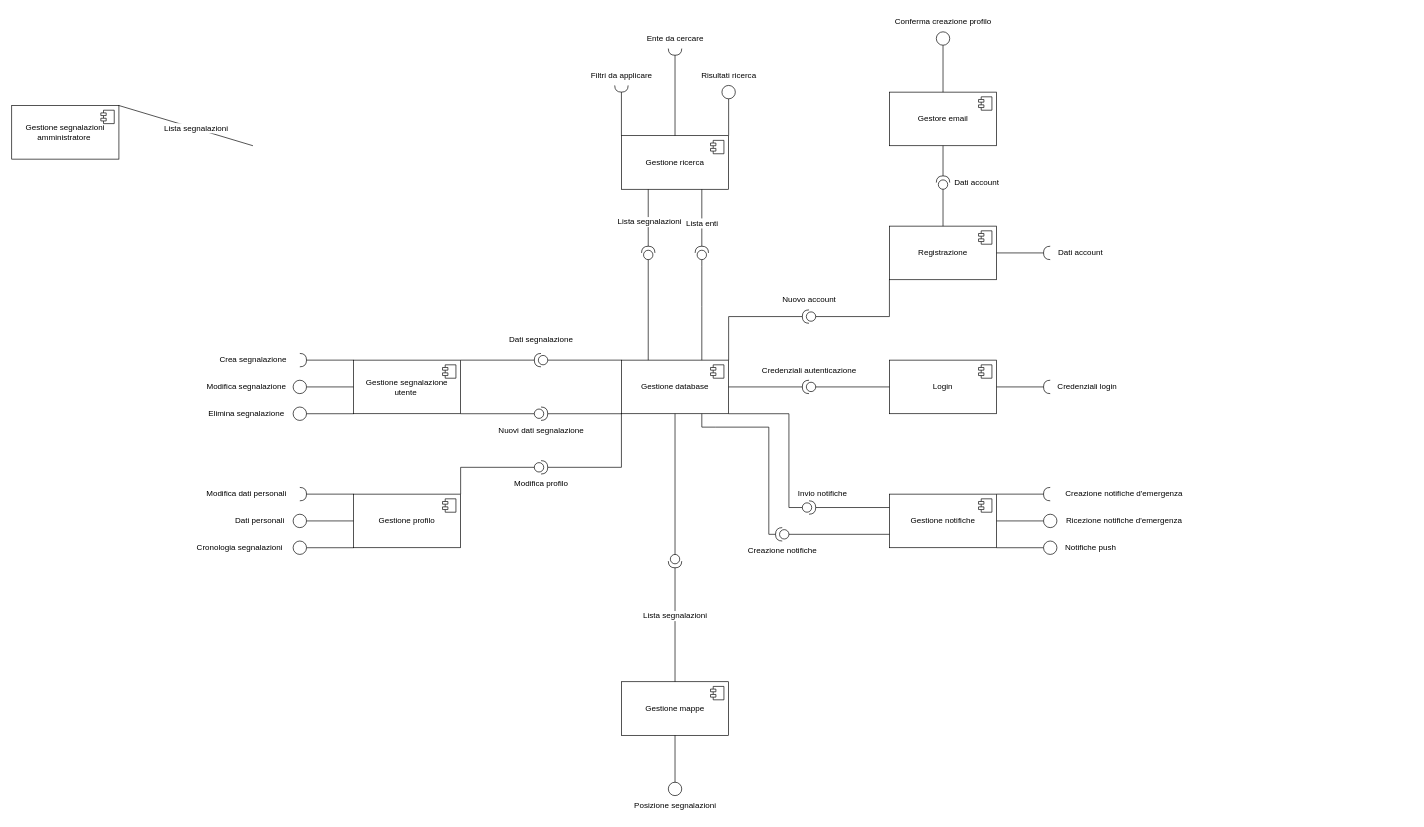
Above: page "Copia di Pagina-1" (2 of 2) of ComponentDiagram.drawio in LucaBarbolini/Prova1 (draw.io), before the change. Source tidied: cells renumbered, new cells numbered last; positions are measured from the earlier drawing's top-left corner, leaving out a move shared by most shapes. Both pictures are drawn from the tidied source at 67%, with x=0, y=0 at pixel (11, 11).
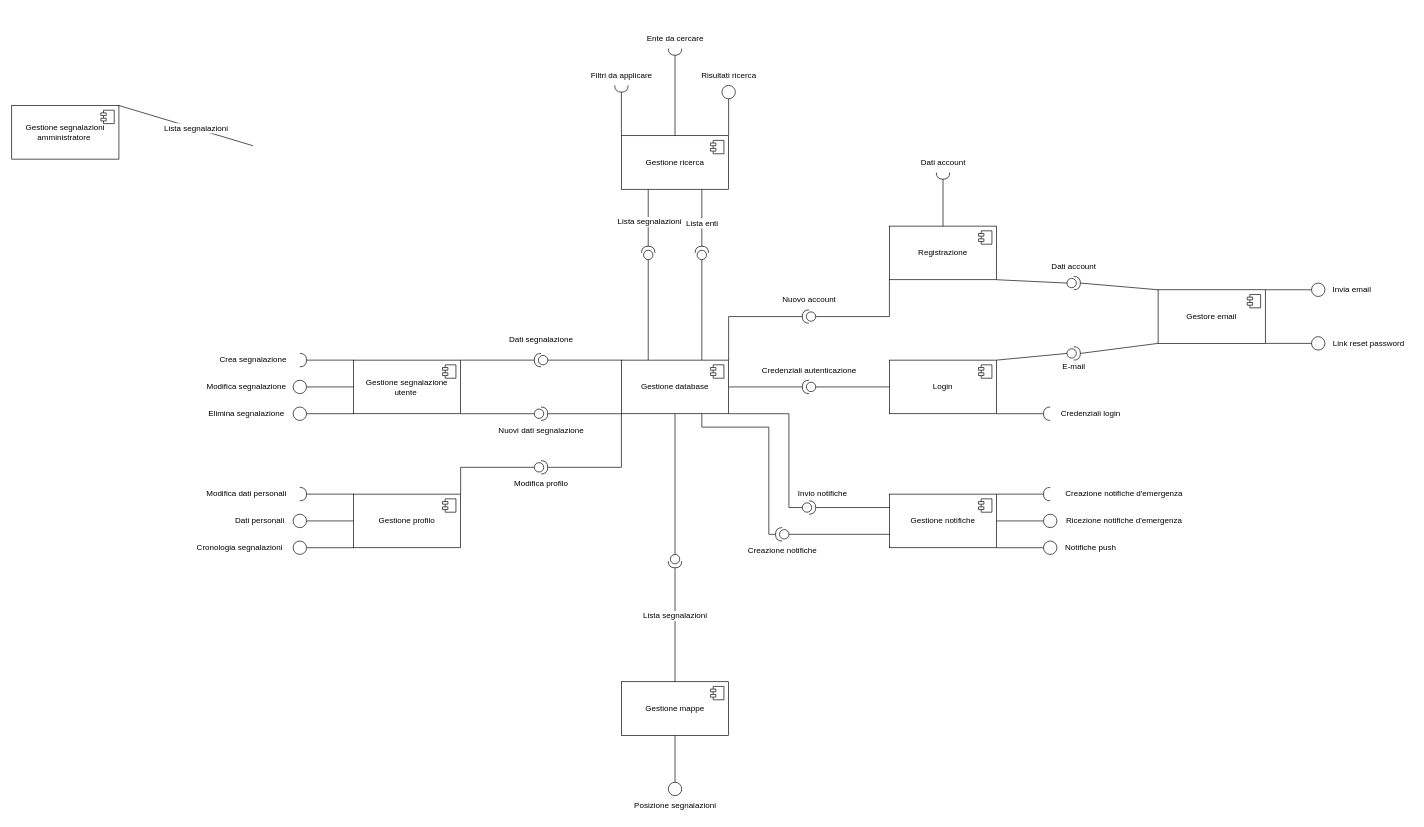
Above is the later version.

Unchanged cells that the change refers to:
```xml
<mxCell id="8" value="Registrazione" style="html=1;whiteSpace=wrap;fontFamily=Helvetica;" parent="1" vertex="1">
  <mxGeometry x="1310" y="320" width="160" height="80" as="geometry" />
</mxCell>
<mxCell id="10" value="Login" style="html=1;whiteSpace=wrap;" parent="1" vertex="1">
  <mxGeometry x="1310" y="520" width="160" height="80" as="geometry" />
</mxCell>
```

Change to the diagram source:
```diff
@@
     <mxCell id="6" value="Gestore email" style="html=1;whiteSpace=wrap;" parent="1" vertex="1">
-      <mxGeometry x="1310" y="120" width="160" height="80" as="geometry" />
+      <mxGeometry x="1711" y="415" width="160" height="80" as="geometry" />
     </mxCell>
@@
-    <mxCell id="19" style="shape=requiredInterface;html=1;verticalLabelPosition=bottom;sketch=0;direction=west;" parent="1" vertex="1">
-      <mxGeometry x="1540" y="350" width="10" height="20" as="geometry" />
+    <mxCell id="19" style="shape=requiredInterface;html=1;verticalLabelPosition=bottom;sketch=0;direction=south;" parent="1" vertex="1">
+      <mxGeometry x="1380" y="240" width="20" height="10" as="geometry" />
     </mxCell>
-    <mxCell id="20" style="endArrow=none;html=1;rounded=0;exitX=1;exitY=0.5;exitDx=0;exitDy=0;entryX=1;entryY=0.5;entryDx=0;entryDy=0;entryPerimeter=0;" parent="1" edge="1" source="8" target="19">
+    <mxCell id="20" style="endArrow=none;html=1;rounded=0;exitX=0.5;exitY=0;exitDx=0;exitDy=0;entryX=1;entryY=0.5;entryDx=0;entryDy=0;entryPerimeter=0;" parent="1" edge="1" source="8" target="19">
       <mxGeometry relative="1" as="geometry" />
     </mxCell>
     <mxCell id="21" style="shape=requiredInterface;html=1;verticalLabelPosition=bottom;sketch=0;direction=west;" parent="1" vertex="1">
-      <mxGeometry x="1540" y="550" width="10" height="20" as="geometry" />
+      <mxGeometry x="1540" y="590" width="10" height="20" as="geometry" />
     </mxCell>
-    <mxCell id="22" style="endArrow=none;html=1;rounded=0;entryX=1;entryY=0.5;entryDx=0;entryDy=0;entryPerimeter=0;exitX=1;exitY=0.5;exitDx=0;exitDy=0;" parent="1" edge="1" source="10" target="21">
+    <mxCell id="22" style="endArrow=none;html=1;rounded=0;entryX=1;entryY=0.5;entryDx=0;entryDy=0;entryPerimeter=0;exitX=1;exitY=1;exitDx=0;exitDy=0;" parent="1" edge="1" source="10" target="21">
       <mxGeometry relative="1" as="geometry" />
     </mxCell>
     <mxCell id="23" value="Credenziali login" style="text;html=1;align=center;verticalAlign=middle;strokeColor=none;fillColor=none;" parent="1" vertex="1">
-      <mxGeometry x="1550" y="545" width="110" height="30" as="geometry" />
+      <mxGeometry x="1555" y="585" width="110" height="30" as="geometry" />
     </mxCell>
@@
-    <mxCell id="45" style="endArrow=none;html=1;rounded=0;exitX=0.5;exitY=0;exitDx=0;exitDy=0;entryX=0;entryY=0.5;entryDx=0;entryDy=0;" parent="1" edge="1" source="6" target="46">
+    <mxCell id="45" style="endArrow=none;html=1;rounded=0;exitX=1;exitY=0;exitDx=0;exitDy=0;entryX=0;entryY=0.5;entryDx=0;entryDy=0;" parent="1" edge="1" source="6" target="46">
       <mxGeometry relative="1" as="geometry" />
     </mxCell>
-    <mxCell id="46" style="ellipse;whiteSpace=wrap;html=1;direction=north;" parent="1" vertex="1">
-      <mxGeometry x="1380" y="30" width="20" height="20" as="geometry" />
+    <mxCell id="46" style="ellipse;whiteSpace=wrap;html=1;direction=east;" parent="1" vertex="1">
+      <mxGeometry x="1940" y="405" width="20" height="20" as="geometry" />
     </mxCell>
-    <mxCell id="47" value="Conferma creazione profilo" style="text;html=1;align=center;verticalAlign=middle;strokeColor=none;fillColor=none;" parent="1" vertex="1">
-      <mxGeometry x="1305" width="170" height="30" as="geometry" />
+    <mxCell id="47" value="Invia email" style="text;html=1;align=center;verticalAlign=middle;strokeColor=none;fillColor=none;" parent="1" vertex="1">
+      <mxGeometry x="1960" y="400" width="80" height="30" as="geometry" />
     </mxCell>
-    <mxCell id="48" style="shape=providedRequiredInterface;html=1;verticalLabelPosition=bottom;sketch=0;direction=north;rotation=0;" parent="1" vertex="1">
-      <mxGeometry x="1380" y="245" width="20" height="20" as="geometry" />
+    <mxCell id="48" style="shape=providedRequiredInterface;html=1;verticalLabelPosition=bottom;sketch=0;direction=east;rotation=0;" parent="1" vertex="1">
+      <mxGeometry x="1575" y="395" width="20" height="20" as="geometry" />
     </mxCell>
-    <mxCell id="49" style="endArrow=none;html=1;rounded=0;entryX=0.5;entryY=1;entryDx=0;entryDy=0;exitX=1;exitY=0.5;exitDx=0;exitDy=0;exitPerimeter=0;" parent="1" edge="1" source="48" target="6">
+    <mxCell id="49" style="endArrow=none;html=1;rounded=0;entryX=0;entryY=0;entryDx=0;entryDy=0;exitX=1;exitY=0.5;exitDx=0;exitDy=0;exitPerimeter=0;" parent="1" edge="1" source="48" target="6">
       <mxGeometry relative="1" as="geometry" />
     </mxCell>
-    <mxCell id="50" style="endArrow=none;html=1;rounded=0;entryX=0;entryY=0.5;entryDx=0;entryDy=0;entryPerimeter=0;exitX=0.5;exitY=0;exitDx=0;exitDy=0;" parent="1" edge="1" source="8" target="48">
+    <mxCell id="50" style="endArrow=none;html=1;rounded=0;entryX=0;entryY=0.5;entryDx=0;entryDy=0;entryPerimeter=0;exitX=1;exitY=1;exitDx=0;exitDy=0;" parent="1" edge="1" source="8" target="48">
       <mxGeometry relative="1" as="geometry" />
     </mxCell>
     <mxCell id="51" value="Dati account" style="text;html=1;align=center;verticalAlign=middle;strokeColor=none;fillColor=none;" parent="1" vertex="1">
-      <mxGeometry x="1395" y="240" width="90" height="30" as="geometry" />
+      <mxGeometry x="1540" y="365" width="90" height="30" as="geometry" />
     </mxCell>
@@
     <mxCell id="56" value="Dati account" style="text;html=1;align=center;verticalAlign=middle;strokeColor=none;fillColor=none;" parent="1" vertex="1">
-      <mxGeometry x="1550" y="345" width="90" height="30" as="geometry" />
+      <mxGeometry x="1345" y="210" width="90" height="30" as="geometry" />
     </mxCell>
@@
+    <mxCell id="118" style="shape=providedRequiredInterface;html=1;verticalLabelPosition=bottom;sketch=0;direction=east;rotation=0;" parent="1" vertex="1">
+      <mxGeometry x="1575" y="500" width="20" height="20" as="geometry" />
+    </mxCell>
+    <mxCell id="119" style="endArrow=none;html=1;rounded=0;entryX=0;entryY=1;entryDx=0;entryDy=0;exitX=1;exitY=0.5;exitDx=0;exitDy=0;exitPerimeter=0;" parent="1" edge="1" source="118" target="6">
+      <mxGeometry relative="1" as="geometry" />
+    </mxCell>
+    <mxCell id="120" style="endArrow=none;html=1;rounded=0;exitX=1;exitY=0;exitDx=0;exitDy=0;entryX=0;entryY=0.5;entryDx=0;entryDy=0;entryPerimeter=0;" parent="1" edge="1" source="10" target="118">
+      <mxGeometry relative="1" as="geometry" />
+    </mxCell>
+    <mxCell id="121" value="E-mail" style="text;html=1;align=center;verticalAlign=middle;strokeColor=none;fillColor=none;" parent="1" vertex="1">
+      <mxGeometry x="1555" y="515" width="60" height="30" as="geometry" />
+    </mxCell>
+    <mxCell id="122" style="ellipse;whiteSpace=wrap;html=1;direction=east;" parent="1" vertex="1">
+      <mxGeometry x="1940" y="485" width="20" height="20" as="geometry" />
+    </mxCell>
+    <mxCell id="123" style="endArrow=none;html=1;rounded=0;exitX=1;exitY=1;exitDx=0;exitDy=0;entryX=0;entryY=0.5;entryDx=0;entryDy=0;" parent="1" edge="1" source="6" target="122">
+      <mxGeometry relative="1" as="geometry" />
+    </mxCell>
+    <mxCell id="124" value="Link reset password" style="text;html=1;align=center;verticalAlign=middle;strokeColor=none;fillColor=none;" parent="1" vertex="1">
+      <mxGeometry x="1960" y="480" width="130" height="30" as="geometry" />
+    </mxCell>
```
